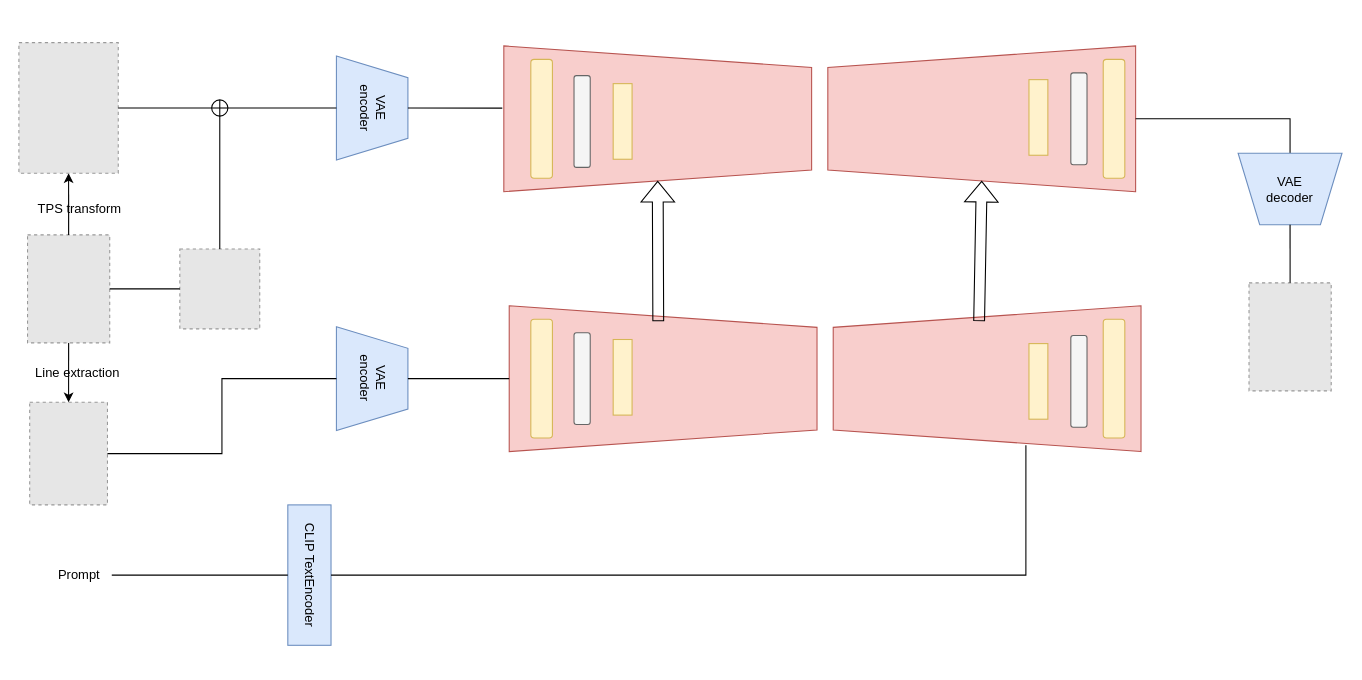
The draw.io diagram 未命名绘图.drawio in Sinon0919/SwartArt, before the edit. Source tidied: cells renumbered, new cells numbered last; positions are measured from the earlier drawing's top-left corner, leaving out a move shared by most shapes. Both pictures are drawn from the tidied source at 108%, with x=0, y=0 at pixel (18, -36). Pictures stored in the file or linked from it are replaced by grey dashed boxes.
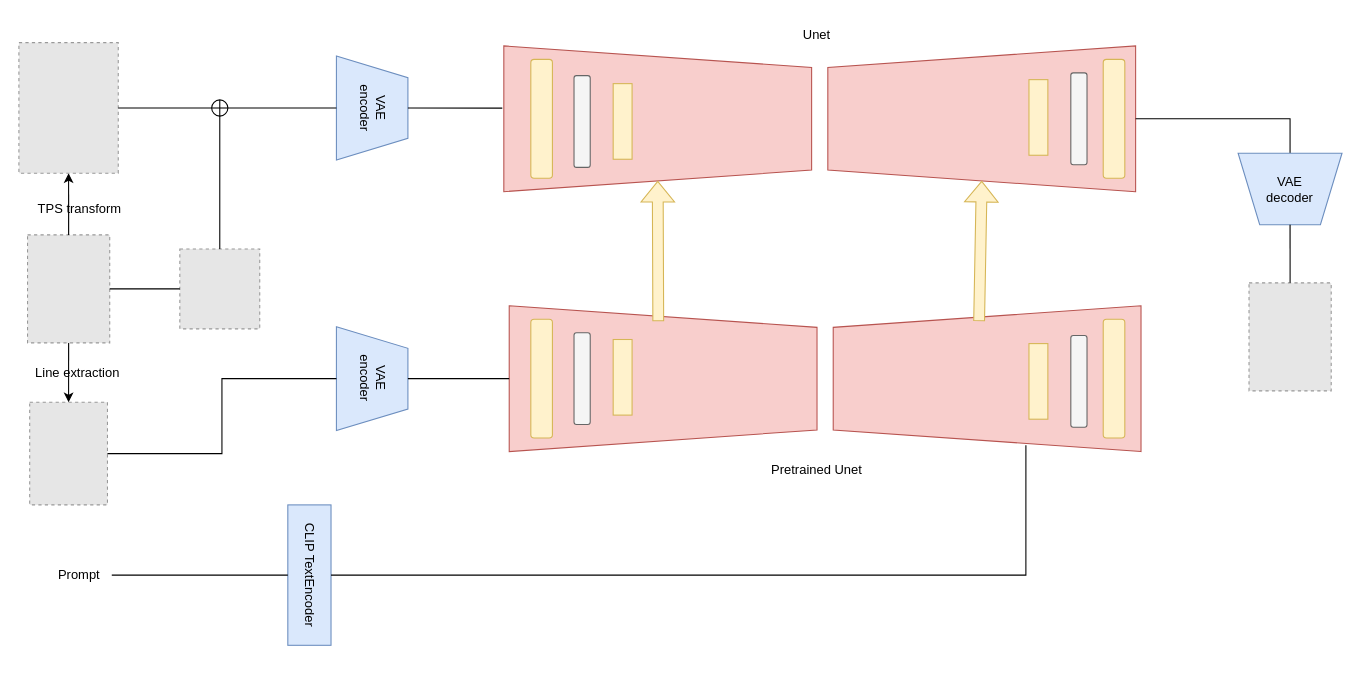
The same diagram, later.

Commit message:
更新未命名绘图.drawio

Unchanged cells that the change refers to:
```xml
<mxCell id="2" style="shape=trapezoid;perimeter=trapezoidPerimeter;whiteSpace=wrap;html=1;fixedSize=1;rotation=90;fillColor=#f8cecc;strokeColor=#b85450;" parent="1" vertex="1">
  <mxGeometry x="524" width="135" height="285" as="geometry" />
</mxCell>
<mxCell id="3" style="shape=trapezoid;perimeter=trapezoidPerimeter;whiteSpace=wrap;html=1;fixedSize=1;rotation=-90;fillColor=#f8cecc;strokeColor=#b85450;" parent="1" vertex="1">
  <mxGeometry x="824" width="135" height="285" as="geometry" />
</mxCell>
<mxCell id="5" style="shape=trapezoid;perimeter=trapezoidPerimeter;whiteSpace=wrap;html=1;fixedSize=1;rotation=-90;fillColor=#f8cecc;strokeColor=#b85450;" parent="1" vertex="1">
  <mxGeometry x="829" y="240.6" width="135" height="285" as="geometry" />
</mxCell>
```

The edit, as a diff of the source:
```diff
@@
-    <mxCell id="26" style="shape=flexArrow;endArrow=classic;html=1;rounded=0;entryX=1;entryY=0.5;entryDx=0;entryDy=0;" parent="1" edge="1" target="2">
+    <mxCell id="26" style="shape=flexArrow;endArrow=classic;html=1;rounded=0;entryX=1;entryY=0.5;entryDx=0;entryDy=0;fillColor=#fff2cc;strokeColor=#d6b656;" parent="1" edge="1" target="2">
       <mxGeometry relative="1" as="geometry">
         <mxPoint x="592" y="330" as="sourcePoint" />
       </mxGeometry>
     </mxCell>
-    <mxCell id="27" style="shape=flexArrow;endArrow=classic;html=1;rounded=0;entryX=0;entryY=0.5;entryDx=0;entryDy=0;exitX=0.894;exitY=0.474;exitDx=0;exitDy=0;exitPerimeter=0;" parent="1" edge="1" source="5" target="3">
+    <mxCell id="27" style="shape=flexArrow;endArrow=classic;html=1;rounded=0;entryX=0;entryY=0.5;entryDx=0;entryDy=0;exitX=0.894;exitY=0.474;exitDx=0;exitDy=0;exitPerimeter=0;fillColor=#fff2cc;strokeColor=#d6b656;" parent="1" edge="1" source="5" target="3">
       <mxGeometry relative="1" as="geometry" />
     </mxCell>
@@
+    <mxCell id="50" value="Pretrained Unet&lt;div&gt;&lt;br&gt;&lt;/div&gt;" style="text;html=1;align=center;verticalAlign=middle;whiteSpace=wrap;rounded=0;" parent="1" vertex="1">
+      <mxGeometry x="689" y="460" width="100" height="30" as="geometry" />
+    </mxCell>
+    <mxCell id="51" value="Unet" style="text;html=1;align=center;verticalAlign=middle;whiteSpace=wrap;rounded=0;" parent="1" vertex="1">
+      <mxGeometry x="709" y="50" width="60" height="30" as="geometry" />
+    </mxCell>
```
